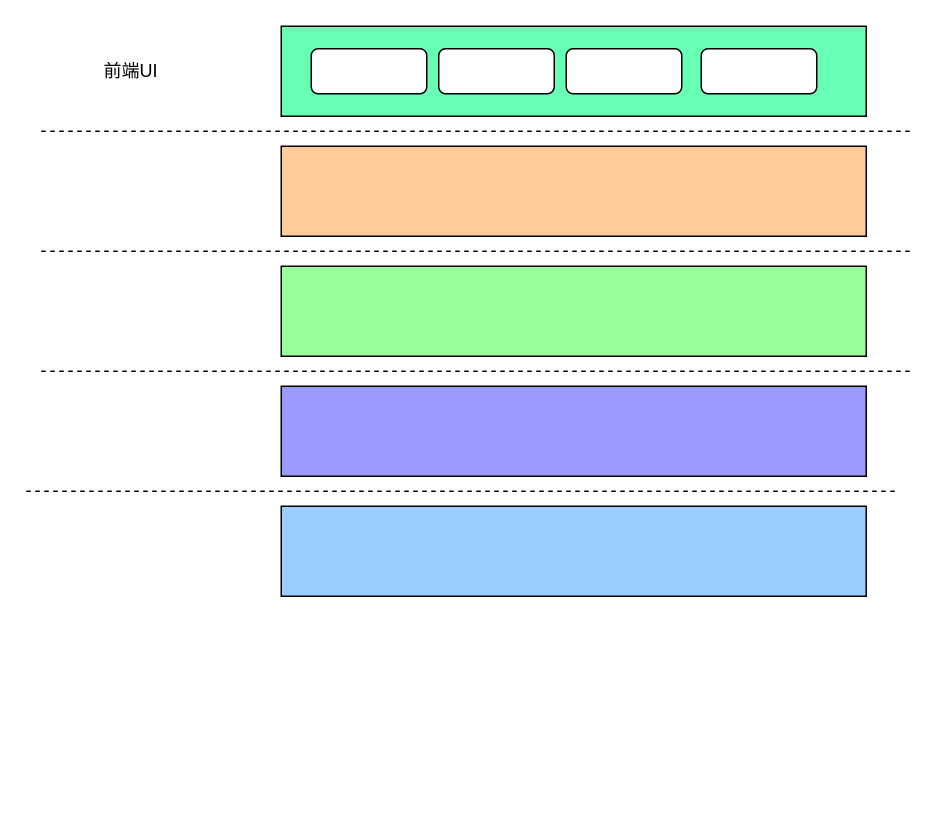
Earlier version of the draw.io diagram 毕设/未命名绘图.drawio (2919282119/charts). Source tidied: cells renumbered, new cells numbered last; positions are measured from the earlier drawing's top-left corner, leaving out a move shared by most shapes. Both pictures are drawn from the tidied source at 150%, with x=0, y=0 at pixel (26, 26).
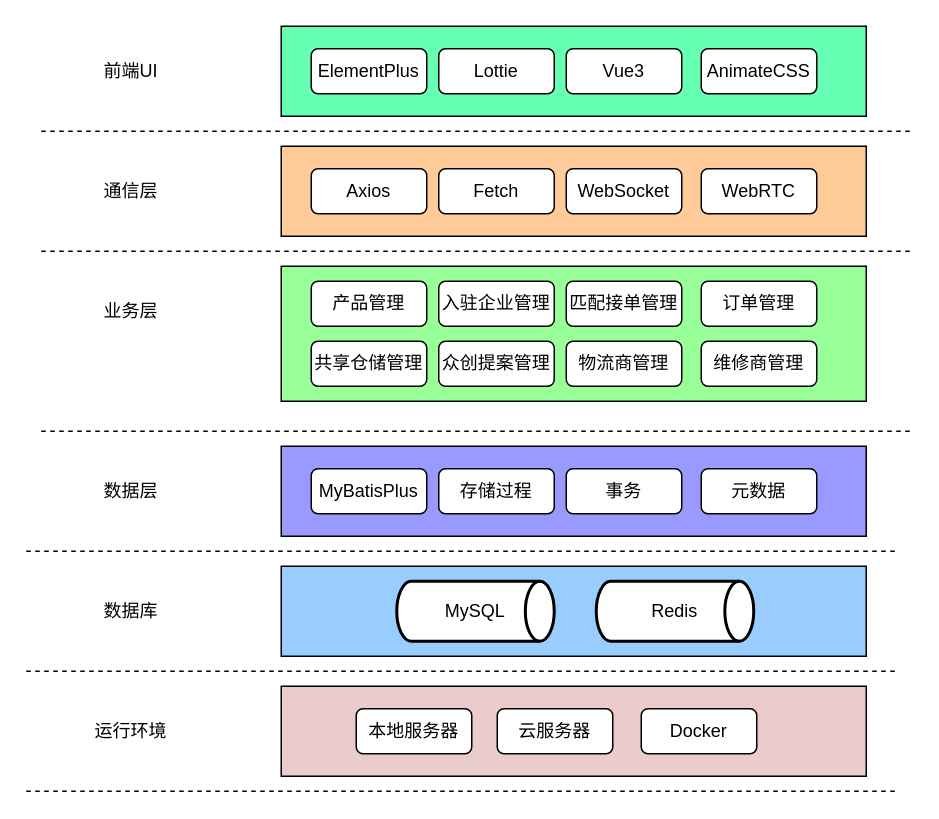
The same page after the edit.

Commit message (it also covers changes not shown here):
更新未命名绘图.drawio

The edit, as a diff of the source:
```diff
@@
     <mxCell id="4" style="rounded=0;whiteSpace=wrap;html=1;fillColor=#99FF99;" parent="1" vertex="1">
-      <mxGeometry x="170" y="160" width="390" height="60" as="geometry" />
+      <mxGeometry x="170" y="160" width="390" height="90" as="geometry" />
     </mxCell>
     <mxCell id="5" style="rounded=0;whiteSpace=wrap;html=1;fillColor=#99CCFF;" parent="1" vertex="1">
-      <mxGeometry x="170" y="320" width="390" height="60" as="geometry" />
+      <mxGeometry x="170" y="360" width="390" height="60" as="geometry" />
     </mxCell>
     <mxCell id="6" style="rounded=0;whiteSpace=wrap;html=1;fillColor=#9999FF;" parent="1" vertex="1">
-      <mxGeometry x="170" y="240" width="390" height="60" as="geometry" />
+      <mxGeometry x="170" y="280" width="390" height="60" as="geometry" />
     </mxCell>
@@
     <mxCell id="9" style="endArrow=none;dashed=1;html=1;rounded=0;" parent="1" edge="1">
       <mxGeometry relative="1" as="geometry">
-        <mxPoint y="310" as="sourcePoint" />
-        <mxPoint x="580" y="310" as="targetPoint" />
+        <mxPoint y="350" as="sourcePoint" />
+        <mxPoint x="580" y="350" as="targetPoint" />
       </mxGeometry>
     </mxCell>
     <mxCell id="10" style="endArrow=none;dashed=1;html=1;rounded=0;" parent="1" edge="1">
       <mxGeometry relative="1" as="geometry">
-        <mxPoint x="10" y="230" as="sourcePoint" />
-        <mxPoint x="590" y="230" as="targetPoint" />
+        <mxPoint x="10" y="270" as="sourcePoint" />
+        <mxPoint x="590" y="270" as="targetPoint" />
       </mxGeometry>
     </mxCell>
-    <mxCell id="11" style="rounded=1;whiteSpace=wrap;html=1;" parent="1" vertex="1">
+    <mxCell id="11" value="ElementPlus" style="rounded=1;whiteSpace=wrap;html=1;" parent="1" vertex="1">
       <mxGeometry x="190" y="15" width="77" height="30" as="geometry" />
     </mxCell>
-    <mxCell id="12" style="rounded=1;whiteSpace=wrap;html=1;" parent="1" vertex="1">
+    <mxCell id="12" value="AnimateCSS" style="rounded=1;whiteSpace=wrap;html=1;" parent="1" vertex="1">
       <mxGeometry x="450" y="15" width="77" height="30" as="geometry" />
     </mxCell>
-    <mxCell id="13" style="rounded=1;whiteSpace=wrap;html=1;" parent="1" vertex="1">
+    <mxCell id="13" value="Vue3" style="rounded=1;whiteSpace=wrap;html=1;" parent="1" vertex="1">
       <mxGeometry x="360" y="15" width="77" height="30" as="geometry" />
     </mxCell>
-    <mxCell id="14" style="rounded=1;whiteSpace=wrap;html=1;" parent="1" vertex="1">
+    <mxCell id="14" value="Lottie" style="rounded=1;whiteSpace=wrap;html=1;" parent="1" vertex="1">
       <mxGeometry x="275" y="15" width="77" height="30" as="geometry" />
     </mxCell>
@@
+    <mxCell id="16" value="数据库" style="text;html=1;align=center;verticalAlign=middle;whiteSpace=wrap;rounded=0;" parent="1" vertex="1">
+      <mxGeometry x="40" y="375" width="60" height="30" as="geometry" />
+    </mxCell>
+    <mxCell id="17" value="数据层" style="text;html=1;align=center;verticalAlign=middle;whiteSpace=wrap;rounded=0;" parent="1" vertex="1">
+      <mxGeometry x="40" y="295" width="60" height="30" as="geometry" />
+    </mxCell>
+    <mxCell id="18" value="业务层" style="text;html=1;align=center;verticalAlign=middle;whiteSpace=wrap;rounded=0;" parent="1" vertex="1">
+      <mxGeometry x="40" y="175" width="60" height="30" as="geometry" />
+    </mxCell>
+    <mxCell id="19" value="通信层" style="text;html=1;align=center;verticalAlign=middle;whiteSpace=wrap;rounded=0;" parent="1" vertex="1">
+      <mxGeometry x="40" y="95" width="60" height="30" as="geometry" />
+    </mxCell>
+    <mxCell id="20" style="endArrow=none;dashed=1;html=1;rounded=0;" parent="1" edge="1">
+      <mxGeometry relative="1" as="geometry">
+        <mxPoint y="430" as="sourcePoint" />
+        <mxPoint x="580" y="430" as="targetPoint" />
+      </mxGeometry>
+    </mxCell>
+    <mxCell id="21" style="rounded=0;whiteSpace=wrap;html=1;fillColor=#EACCCC;" parent="1" vertex="1">
+      <mxGeometry x="170" y="440" width="390" height="60" as="geometry" />
+    </mxCell>
+    <mxCell id="22" value="运行环境" style="text;html=1;align=center;verticalAlign=middle;whiteSpace=wrap;rounded=0;" parent="1" vertex="1">
+      <mxGeometry x="40" y="455" width="60" height="30" as="geometry" />
+    </mxCell>
+    <mxCell id="23" style="endArrow=none;dashed=1;html=1;rounded=0;" parent="1" edge="1">
+      <mxGeometry relative="1" as="geometry">
+        <mxPoint y="510" as="sourcePoint" />
+        <mxPoint x="580" y="510" as="targetPoint" />
+      </mxGeometry>
+    </mxCell>
+    <mxCell id="24" value="Axios" style="rounded=1;whiteSpace=wrap;html=1;" parent="1" vertex="1">
+      <mxGeometry x="190" y="95" width="77" height="30" as="geometry" />
+    </mxCell>
+    <mxCell id="25" value="WebRTC" style="rounded=1;whiteSpace=wrap;html=1;" parent="1" vertex="1">
+      <mxGeometry x="450" y="95" width="77" height="30" as="geometry" />
+    </mxCell>
+    <mxCell id="26" value="WebSocket" style="rounded=1;whiteSpace=wrap;html=1;" parent="1" vertex="1">
+      <mxGeometry x="360" y="95" width="77" height="30" as="geometry" />
+    </mxCell>
+    <mxCell id="27" value="Fetch" style="rounded=1;whiteSpace=wrap;html=1;" parent="1" vertex="1">
+      <mxGeometry x="275" y="95" width="77" height="30" as="geometry" />
+    </mxCell>
+    <mxCell id="28" value="产品管理" style="rounded=1;whiteSpace=wrap;html=1;" parent="1" vertex="1">
+      <mxGeometry x="190" y="170" width="77" height="30" as="geometry" />
+    </mxCell>
+    <mxCell id="29" value="订单管理" style="rounded=1;whiteSpace=wrap;html=1;" parent="1" vertex="1">
+      <mxGeometry x="450" y="170" width="77" height="30" as="geometry" />
+    </mxCell>
+    <mxCell id="30" value="匹配接单管理" style="rounded=1;whiteSpace=wrap;html=1;" parent="1" vertex="1">
+      <mxGeometry x="360" y="170" width="77" height="30" as="geometry" />
+    </mxCell>
+    <mxCell id="31" value="入驻企业管理" style="rounded=1;whiteSpace=wrap;html=1;" parent="1" vertex="1">
+      <mxGeometry x="275" y="170" width="77" height="30" as="geometry" />
+    </mxCell>
+    <mxCell id="32" value="MyBatisPlus" style="rounded=1;whiteSpace=wrap;html=1;" parent="1" vertex="1">
+      <mxGeometry x="190" y="295" width="77" height="30" as="geometry" />
+    </mxCell>
+    <mxCell id="33" value="元数据" style="rounded=1;whiteSpace=wrap;html=1;" parent="1" vertex="1">
+      <mxGeometry x="450" y="295" width="77" height="30" as="geometry" />
+    </mxCell>
+    <mxCell id="34" value="事务" style="rounded=1;whiteSpace=wrap;html=1;" parent="1" vertex="1">
+      <mxGeometry x="360" y="295" width="77" height="30" as="geometry" />
+    </mxCell>
+    <mxCell id="35" value="存储过程" style="rounded=1;whiteSpace=wrap;html=1;" parent="1" vertex="1">
+      <mxGeometry x="275" y="295" width="77" height="30" as="geometry" />
+    </mxCell>
+    <mxCell id="36" value="本地服务器" style="rounded=1;whiteSpace=wrap;html=1;" parent="1" vertex="1">
+      <mxGeometry x="220" y="455" width="77" height="30" as="geometry" />
+    </mxCell>
+    <mxCell id="37" value="Docker" style="rounded=1;whiteSpace=wrap;html=1;" parent="1" vertex="1">
+      <mxGeometry x="410" y="455" width="77" height="30" as="geometry" />
+    </mxCell>
+    <mxCell id="38" value="云服务器" style="rounded=1;whiteSpace=wrap;html=1;" parent="1" vertex="1">
+      <mxGeometry x="314" y="455" width="77" height="30" as="geometry" />
+    </mxCell>
+    <mxCell id="39" value="维修商管理" style="rounded=1;whiteSpace=wrap;html=1;" parent="1" vertex="1">
+      <mxGeometry x="450" y="210" width="77" height="30" as="geometry" />
+    </mxCell>
+    <mxCell id="40" value="共享仓储管理" style="rounded=1;whiteSpace=wrap;html=1;" parent="1" vertex="1">
+      <mxGeometry x="190" y="210" width="77" height="30" as="geometry" />
+    </mxCell>
+    <mxCell id="41" value="众创提案管理" style="rounded=1;whiteSpace=wrap;html=1;" parent="1" vertex="1">
+      <mxGeometry x="275" y="210" width="77" height="30" as="geometry" />
+    </mxCell>
+    <mxCell id="42" value="物流商管理" style="rounded=1;whiteSpace=wrap;html=1;" parent="1" vertex="1">
+      <mxGeometry x="360" y="210" width="77" height="30" as="geometry" />
+    </mxCell>
+    <mxCell id="43" value="MySQL" style="strokeWidth=2;html=1;shape=mxgraph.flowchart.direct_data;whiteSpace=wrap;" parent="1" vertex="1">
+      <mxGeometry x="247" y="370" width="105" height="40" as="geometry" />
+    </mxCell>
+    <mxCell id="44" value="Redis" style="strokeWidth=2;html=1;shape=mxgraph.flowchart.direct_data;whiteSpace=wrap;" parent="1" vertex="1">
+      <mxGeometry x="380" y="370" width="105" height="40" as="geometry" />
+    </mxCell>
```
